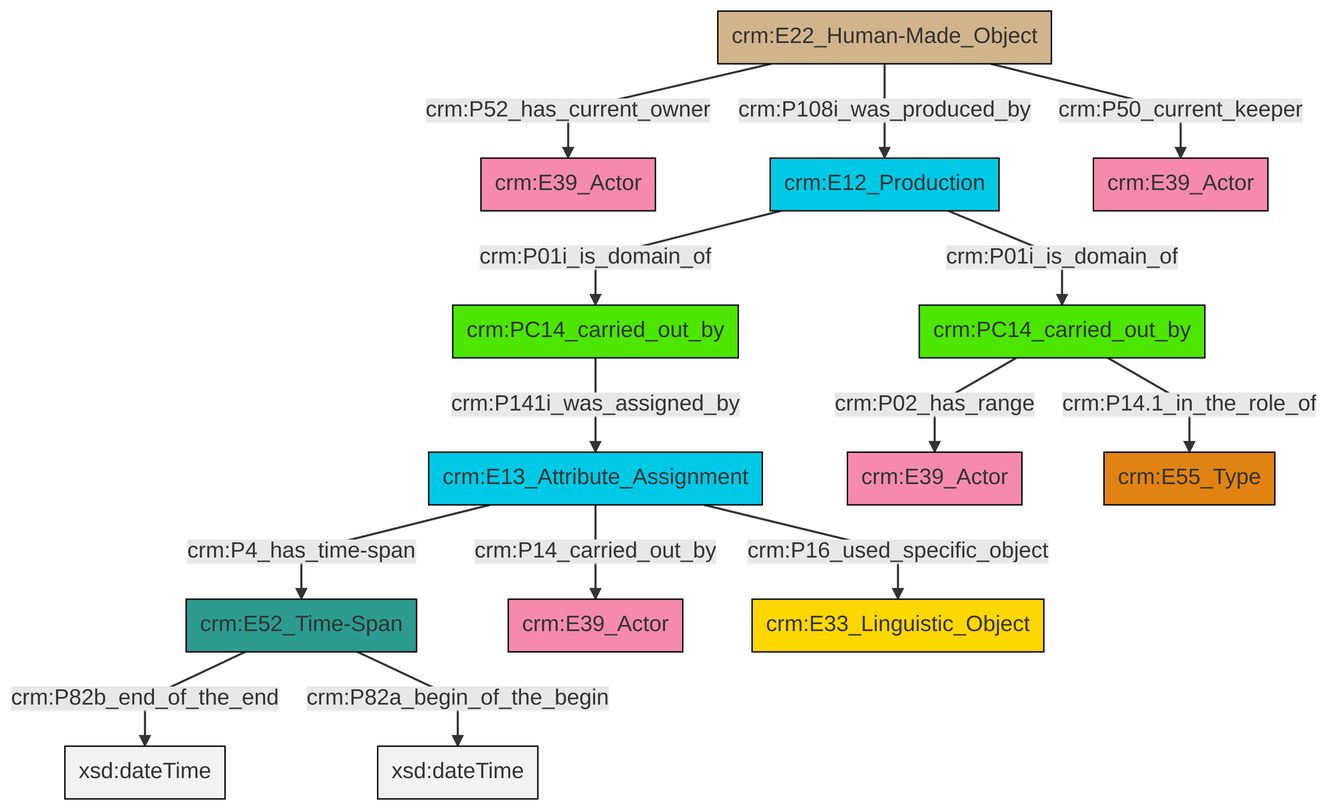
Before: et/carrierCSV/ttl/mmd/png/carrier_relations.png, a diagram exported from Mermaid (swiss-art-research-net/docs.swissartresearch). Its source is kept beside it as et/carrierCSV/ttl/mmd/carrier_relations.ttl.mmd.
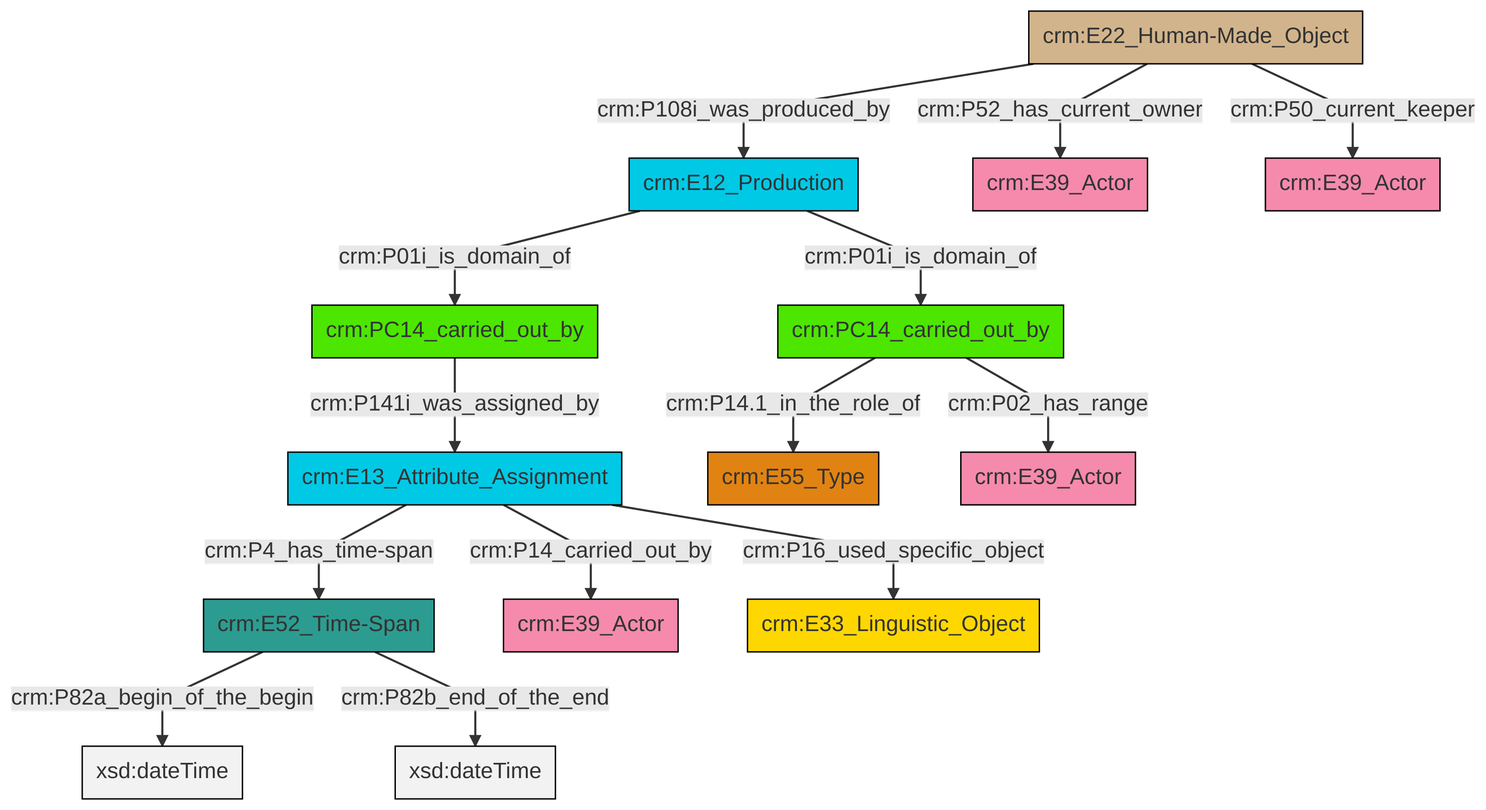
The same file after the commit.

What changed in the source:
```diff
@@ -13,16 +13,16 @@
 classDef PC_Classes fill:#4ce600, stroke:#000000;
 classDef Multi fill:#cccccc,stroke:#000000;
 
-0["crm:E52_Time-Span"]:::Time-Span -->|crm:P82b_end_of_the_end| 1[xsd:dateTime]:::Literal
-2["crm:E22_Human-Made_Object"]:::Physical_Thing -->|crm:P52_has_current_owner| 3["crm:E39_Actor"]:::Actor
-4["crm:E13_Attribute_Assignment"]:::Temporal_Entity -->|crm:P14_carried_out_by| 5["crm:E39_Actor"]:::Actor
-6["crm:PC14_carried_out_by"]:::PC_Classes -->|crm:P141i_was_assigned_by| 4["crm:E13_Attribute_Assignment"]:::Temporal_Entity
-7["crm:E12_Production"]:::Temporal_Entity -->|crm:P01i_is_domain_of| 8["crm:PC14_carried_out_by"]:::PC_Classes
-8["crm:PC14_carried_out_by"]:::PC_Classes -->|crm:P02_has_range| 10["crm:E39_Actor"]:::Actor
-4["crm:E13_Attribute_Assignment"]:::Temporal_Entity -->|crm:P4_has_time-span| 0["crm:E52_Time-Span"]:::Time-Span
-7["crm:E12_Production"]:::Temporal_Entity -->|crm:P01i_is_domain_of| 6["crm:PC14_carried_out_by"]:::PC_Classes
-4["crm:E13_Attribute_Assignment"]:::Temporal_Entity -->|crm:P16_used_specific_object| 15["crm:E33_Linguistic_Object"]:::Conceptual_Object
-0["crm:E52_Time-Span"]:::Time-Span -->|crm:P82a_begin_of_the_begin| 19[xsd:dateTime]:::Literal
-8["crm:PC14_carried_out_by"]:::PC_Classes -->|crm:P14.1_in_the_role_of| 11["crm:E55_Type"]:::Type
-2["crm:E22_Human-Made_Object"]:::Physical_Thing -->|crm:P108i_was_produced_by| 7["crm:E12_Production"]:::Temporal_Entity
-2["crm:E22_Human-Made_Object"]:::Physical_Thing -->|crm:P50_current_keeper| 22["crm:E39_Actor"]:::Actor
+4["crm:E22_Human-Made_Object"]:::Physical_Thing -->|crm:P108i_was_produced_by| 5["crm:E12_Production"]:::Temporal_Entity
+10["crm:E13_Attribute_Assignment"]:::Temporal_Entity -->|crm:P4_has_time-span| 11["crm:E52_Time-Span"]:::Time-Span
+2["crm:PC14_carried_out_by"]:::PC_Classes -->|crm:P14.1_in_the_role_of| 13["crm:E55_Type"]:::Type
+4["crm:E22_Human-Made_Object"]:::Physical_Thing -->|crm:P52_has_current_owner| 8["crm:E39_Actor"]:::Actor
+2["crm:PC14_carried_out_by"]:::PC_Classes -->|crm:P02_has_range| 6["crm:E39_Actor"]:::Actor
+11["crm:E52_Time-Span"]:::Time-Span -->|crm:P82a_begin_of_the_begin| 14[xsd:dateTime]:::Literal
+4["crm:E22_Human-Made_Object"]:::Physical_Thing -->|crm:P50_current_keeper| 16["crm:E39_Actor"]:::Actor
+11["crm:E52_Time-Span"]:::Time-Span -->|crm:P82b_end_of_the_end| 18[xsd:dateTime]:::Literal
+10["crm:E13_Attribute_Assignment"]:::Temporal_Entity -->|crm:P14_carried_out_by| 19["crm:E39_Actor"]:::Actor
+0["crm:PC14_carried_out_by"]:::PC_Classes -->|crm:P141i_was_assigned_by| 10["crm:E13_Attribute_Assignment"]:::Temporal_Entity
+10["crm:E13_Attribute_Assignment"]:::Temporal_Entity -->|crm:P16_used_specific_object| 23["crm:E33_Linguistic_Object"]:::Conceptual_Object
+5["crm:E12_Production"]:::Temporal_Entity -->|crm:P01i_is_domain_of| 0["crm:PC14_carried_out_by"]:::PC_Classes
+5["crm:E12_Production"]:::Temporal_Entity -->|crm:P01i_is_domain_of| 2["crm:PC14_carried_out_by"]:::PC_Classes
```
